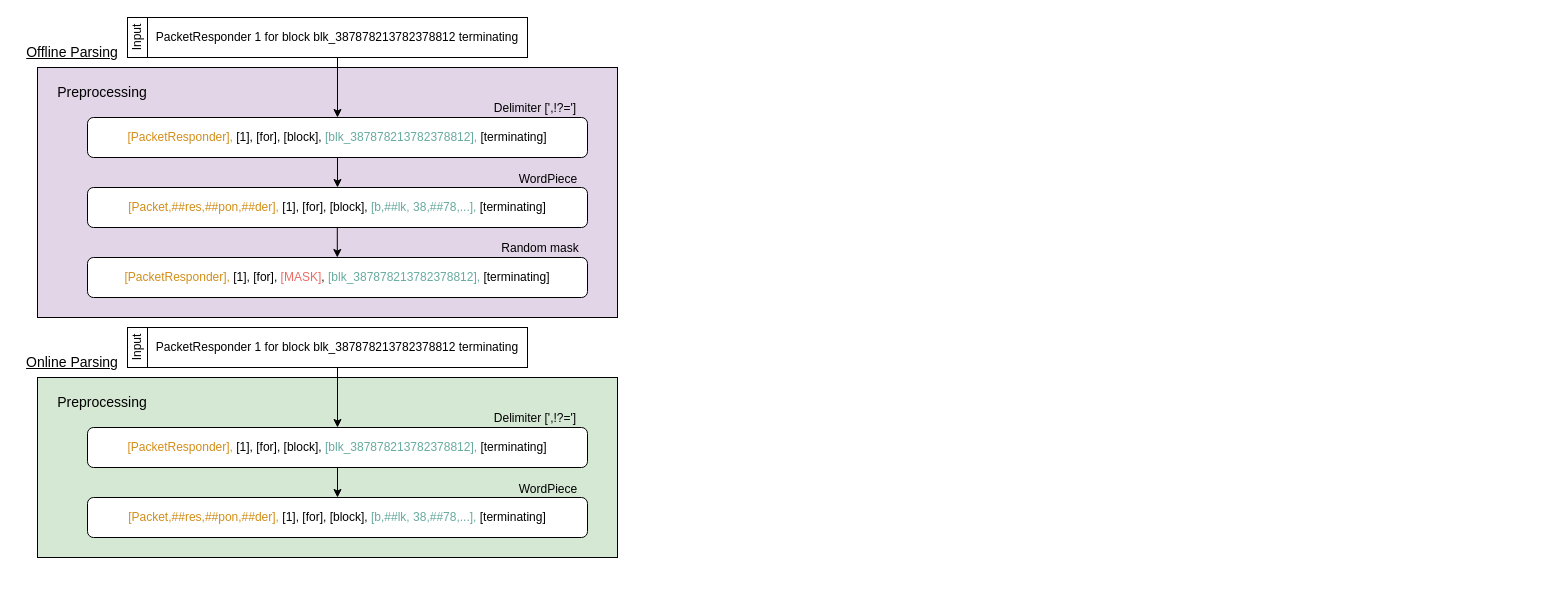
Earlier version of the draw.io diagram 3.2.2FastNU整体架构.drawio (Gleiphir2769/my-draw). Source tidied: cells renumbered, new cells numbered last; positions are measured from the earlier drawing's top-left corner, leaving out a move shared by most shapes. Both pictures are drawn from the tidied source at 100%, with x=0, y=0 at pixel (17, 17).
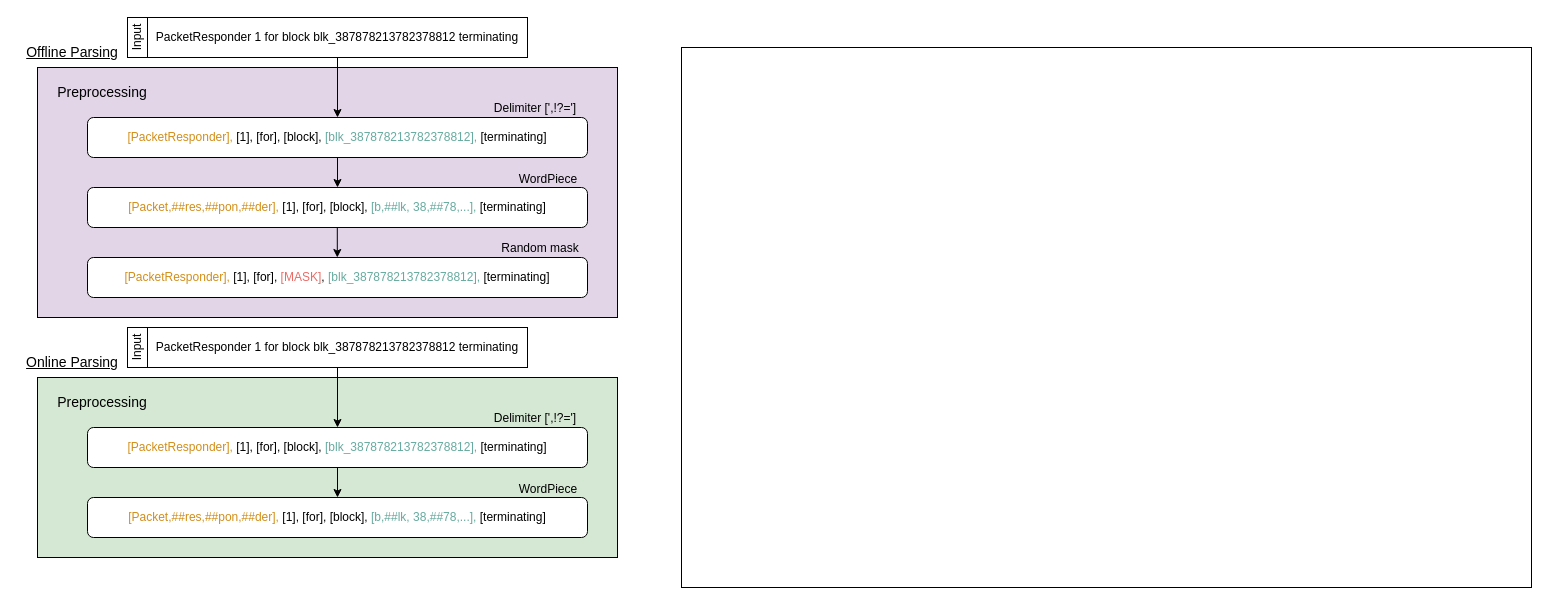
After the change.

Commit message (it also covers changes not shown here):
更新3.2.2FastNU整体架构.drawio

The edit, as a diff of the source:
```diff
@@
+    <mxCell id="27" style="rounded=0;whiteSpace=wrap;html=1;" parent="1" vertex="1">
+      <mxGeometry x="664" y="30" width="850" height="540" as="geometry" />
+    </mxCell>
```
